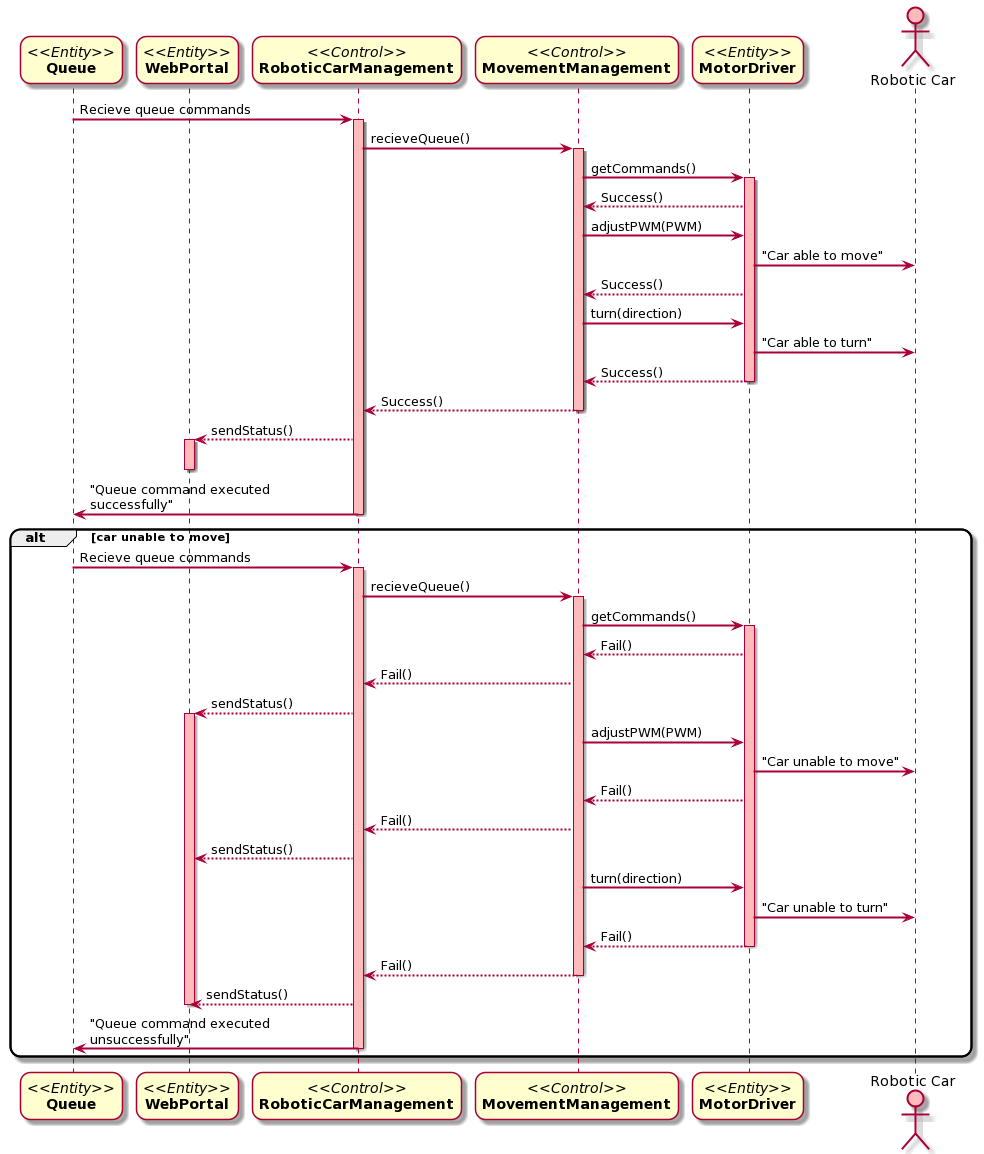
This is Docs/Sequence Diagrams/Project Sequence-Diagram-UC5.png from DanielFYJ/2101-2201-Project, a PlantUML export, as it was before one commit.
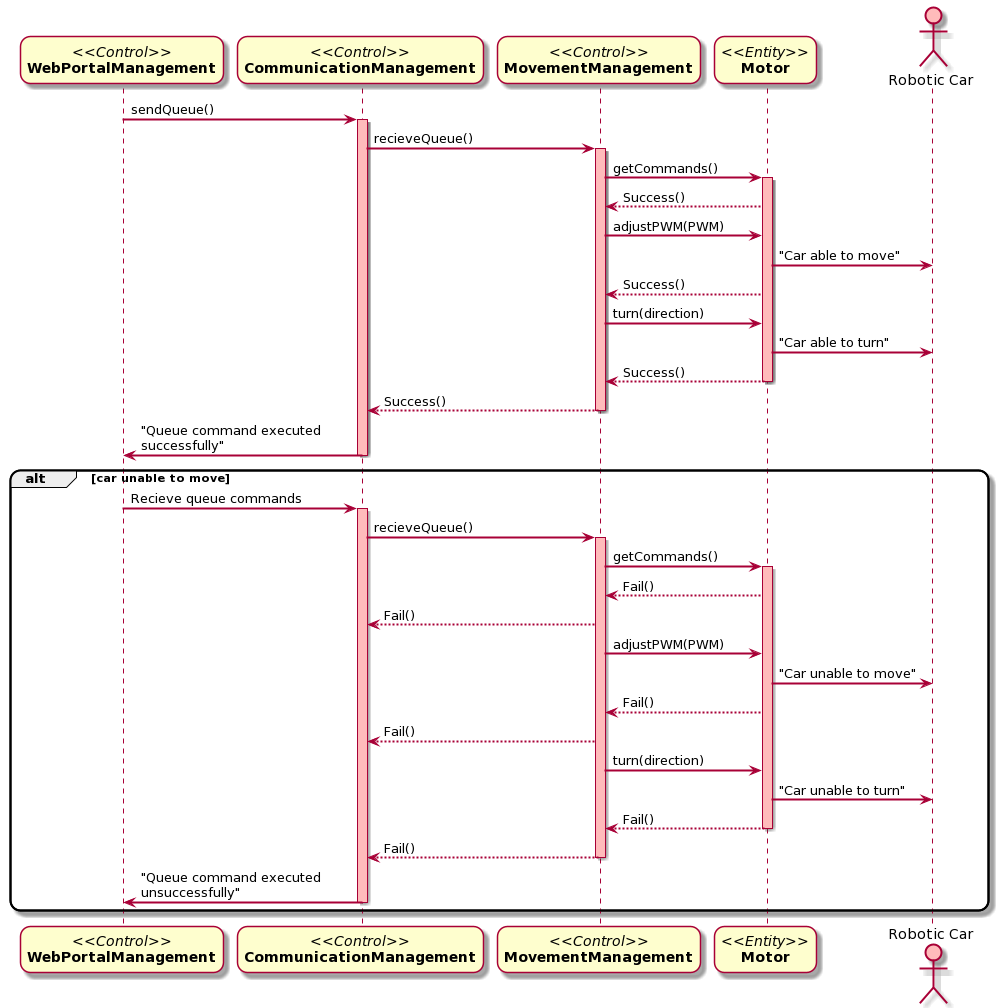
After the commit.

Commit message:
Update Sequence Diagram Case 4 - 6

Change to the diagram source:
```diff
@@ -2,14 +2,13 @@
 skinparam sequenceArrowThickness 2
 skinparam roundcorner 20
 skinparam maxmessagesize 200
-participant "//<<Entity>>//\n**Queue**" as Queue
-participant "//<<Entity>>//\n**WebPortal**" as WebPortal
-participant "//<<Control>>//\n**RoboticCarManagement**" as RoboticCarManagement
+participant "//<<Control>>//\n**WebPortalManagement**" as WebPortal
+participant "//<<Control>>//\n**CommunicationManagement**" as RoboticCarManagement
 participant "//<<Control>>//\n**MovementManagement**" as B
-participant "//<<Entity>>//\n**MotorDriver**" as C
+participant "//<<Entity>>//\n**Motor**" as C
 actor "Robotic Car" as RC #FFBBBB
 
-Queue -> RoboticCarManagement: Recieve queue commands
+WebPortal -> RoboticCarManagement: sendQueue()
 activate RoboticCarManagement #FFBBBB
 RoboticCarManagement -> B : recieveQueue()
 activate B #FFBBBB
@@ -26,14 +25,12 @@
 deactivate C
 B --> RoboticCarManagement: Success()
 deactivate B
-RoboticCarManagement --> WebPortal: sendStatus()
-activate WebPortal #FFBBBB
 deactivate WebPortal
-RoboticCarManagement -> Queue : "Queue command executed successfully"
+RoboticCarManagement -> WebPortal : "Queue command executed successfully"
 deactivate RoboticCarManagement
 
 alt car unable to move
-Queue -> RoboticCarManagement: Recieve queue commands
+WebPortal -> RoboticCarManagement: Recieve queue commands
 activate RoboticCarManagement #FFBBBB
 RoboticCarManagement -> B : recieveQueue()
 activate B #FFBBBB
@@ -41,22 +38,18 @@
 activate C #FFBBBB
 C --> B: Fail()
 B --> RoboticCarManagement : Fail()
-RoboticCarManagement --> WebPortal: sendStatus()
-activate WebPortal #FFBBBB
 B-> C : adjustPWM(PWM)
 C -> RC : "Car unable to move"
 C --> B : Fail()
 B --> RoboticCarManagement : Fail()
-RoboticCarManagement --> WebPortal: sendStatus()
 B -> C: turn(direction)
 C -> RC : "Car unable to turn"
 C --> B : Fail()
 deactivate C
 B --> RoboticCarManagement : Fail()
 deactivate B
-RoboticCarManagement --> WebPortal: sendStatus()
 deactivate WebPortal
-RoboticCarManagement -> Queue : "Queue command executed unsuccessfully"
+RoboticCarManagement -> WebPortal : "Queue command executed unsuccessfully"
 deactivate RoboticCarManagement
 end
 @enduml
```
